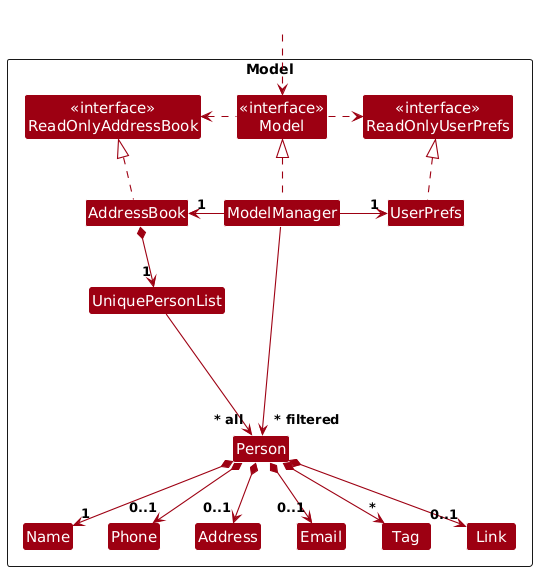
Before: docs/images/ModelClassDiagram.png, a diagram exported from PlantUML (AY2425S2-CS2103T-T11-1/tp).
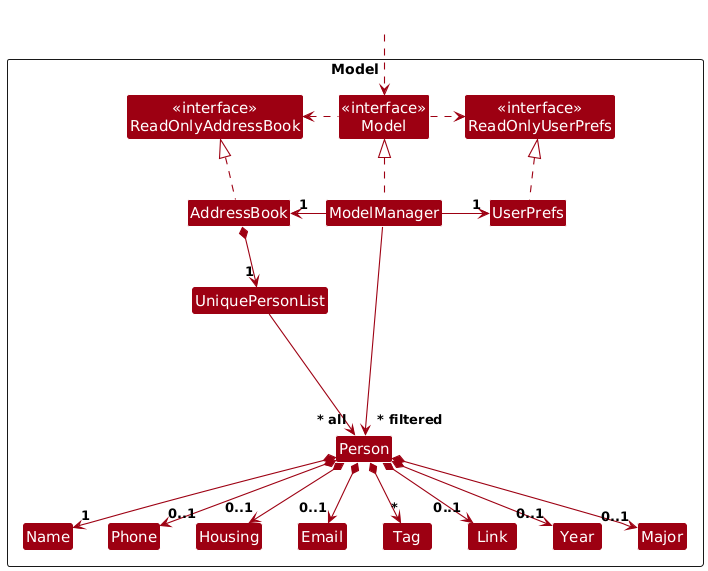
Above is the later version.

Commit message:
Fix Model Class Diagram

Let's add year and major into the model class diagram in DG

What changed in the source:
```diff
@@ -14,12 +14,14 @@
 
 Class UniquePersonList
 Class Person
-Class Address
+Class Housing
 Class Email
 Class Name
 Class Phone
 Class Tag
 Class Link
+Class Year
+Class Major
 
 Class I #FFFFFF
 }
@@ -41,16 +43,18 @@
 Person *--> "1" Name
 Person *--> "0..1" Phone
 Person *--> "0..1" Email
-Person *--> "0..1" Address
+Person *--> "0..1" Housing
 Person *--> "*" Tag
 Person *--> "0..1" Link
+Person *--> "0..1" Year
+Person *--> "0..1" Major
 
 Person -[hidden]up--> I
 UniquePersonList -[hidden]right-> I
 
 Name -[hidden]right-> Phone
-Phone -[hidden]right-> Address
-Address -[hidden]right-> Email
+Phone -[hidden]right-> Housing
+Housing -[hidden]right-> Email
 
 ModelManager --> "~* filtered" Person
 @enduml
```
